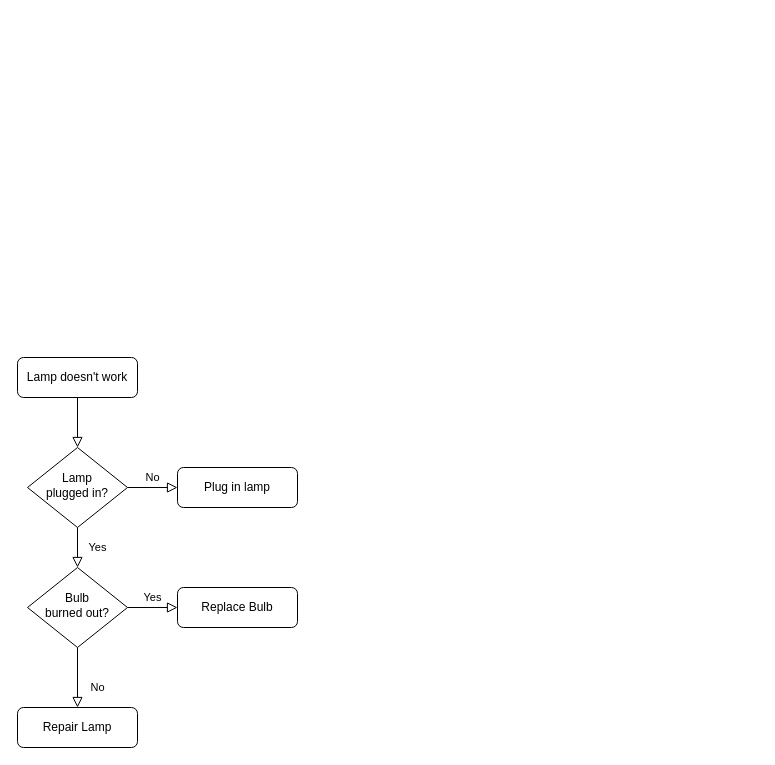
Before: exercise_8.drawio in HenryVag/draw.io, a draw.io diagram. Source tidied: cells renumbered, new cells numbered last; positions are measured from the earlier drawing's top-left corner, leaving out a move shared by most shapes. Both pictures are drawn from the tidied source at 100%, with x=0, y=0 at pixel (17, 357).
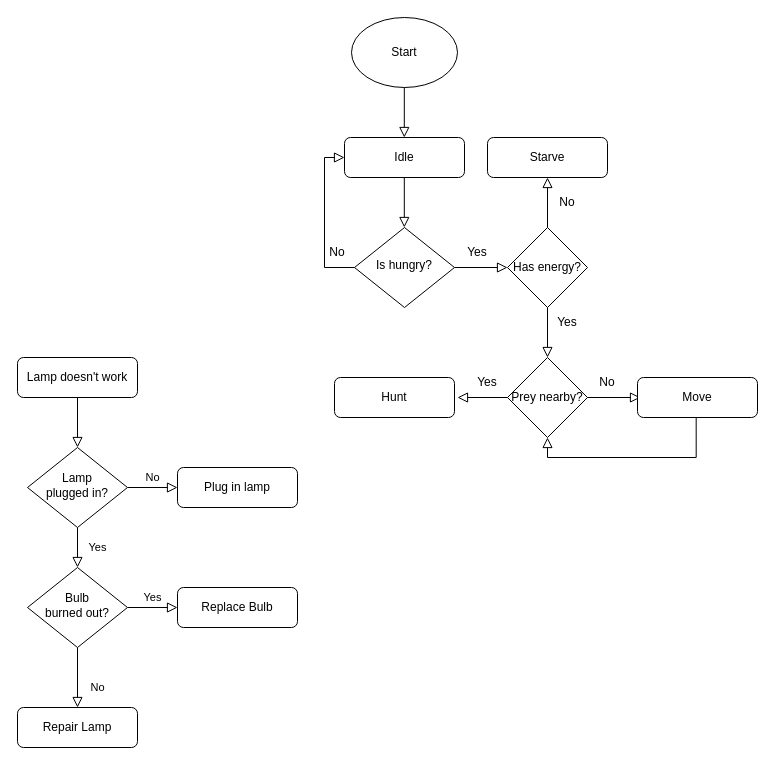
After the change.

The edit, as a diff of the source:
```diff
@@
+    <mxCell id="13" style="ellipse;whiteSpace=wrap;html=1;" parent="1" vertex="1">
+      <mxGeometry x="334" y="-340" width="106" height="70" as="geometry" />
+    </mxCell>
+    <mxCell id="14" value="Start" style="text;html=1;align=center;verticalAlign=middle;whiteSpace=wrap;rounded=0;" parent="1" vertex="1">
+      <mxGeometry x="359" y="-320" width="56" height="30" as="geometry" />
+    </mxCell>
+    <mxCell id="15" value="Idle" style="rounded=1;whiteSpace=wrap;html=1;fontSize=12;glass=0;strokeWidth=1;shadow=0;" parent="1" vertex="1">
+      <mxGeometry x="327" y="-220" width="120" height="40" as="geometry" />
+    </mxCell>
+    <mxCell id="16" value="Is hungry?" style="rhombus;whiteSpace=wrap;html=1;shadow=0;fontFamily=Helvetica;fontSize=12;align=center;strokeWidth=1;spacing=6;spacingTop=-4;" parent="1" vertex="1">
+      <mxGeometry x="337" y="-130" width="100" height="80" as="geometry" />
+    </mxCell>
+    <mxCell id="17" style="rounded=0;html=1;jettySize=auto;orthogonalLoop=1;fontSize=11;endArrow=block;endFill=0;endSize=8;strokeWidth=1;shadow=0;labelBackgroundColor=none;edgeStyle=orthogonalEdgeStyle;" parent="1" edge="1">
+      <mxGeometry relative="1" as="geometry">
+        <mxPoint x="386.8" y="-270" as="sourcePoint" />
+        <mxPoint x="386.8" y="-220" as="targetPoint" />
+      </mxGeometry>
+    </mxCell>
+    <mxCell id="18" style="rounded=0;html=1;jettySize=auto;orthogonalLoop=1;fontSize=11;endArrow=block;endFill=0;endSize=8;strokeWidth=1;shadow=0;labelBackgroundColor=none;edgeStyle=orthogonalEdgeStyle;" parent="1" edge="1">
+      <mxGeometry relative="1" as="geometry">
+        <mxPoint x="386.8" y="-180" as="sourcePoint" />
+        <mxPoint x="386.8" y="-130" as="targetPoint" />
+      </mxGeometry>
+    </mxCell>
+    <mxCell id="19" style="rounded=0;html=1;jettySize=auto;fontSize=11;endArrow=block;endFill=0;endSize=8;strokeWidth=1;shadow=0;labelBackgroundColor=none;edgeStyle=orthogonalEdgeStyle;entryX=0;entryY=0.5;entryDx=0;entryDy=0;exitX=0;exitY=0.5;exitDx=0;exitDy=0;" parent="1" edge="1" source="16" target="15">
+      <mxGeometry relative="1" as="geometry" />
+    </mxCell>
+    <mxCell id="20" value="No" style="text;html=1;align=center;verticalAlign=middle;whiteSpace=wrap;rounded=0;" parent="1" vertex="1">
+      <mxGeometry x="290" y="-120" width="60" height="30" as="geometry" />
+    </mxCell>
+    <mxCell id="21" value="Has energy?" style="rhombus;whiteSpace=wrap;html=1;" parent="1" vertex="1">
+      <mxGeometry x="490" y="-130" width="80" height="80" as="geometry" />
+    </mxCell>
+    <mxCell id="22" style="rounded=0;html=1;jettySize=auto;orthogonalLoop=1;fontSize=11;endArrow=block;endFill=0;endSize=8;strokeWidth=1;shadow=0;labelBackgroundColor=none;edgeStyle=orthogonalEdgeStyle;" parent="1" edge="1">
+      <mxGeometry relative="1" as="geometry">
+        <mxPoint x="437" y="-90" as="sourcePoint" />
+        <mxPoint x="490" y="-90" as="targetPoint" />
+        <Array as="points">
+          <mxPoint x="437" y="-90" />
+        </Array>
+      </mxGeometry>
+    </mxCell>
+    <mxCell id="23" value="Yes" style="text;html=1;align=center;verticalAlign=middle;whiteSpace=wrap;rounded=0;" parent="1" vertex="1">
+      <mxGeometry x="430" y="-120" width="60" height="30" as="geometry" />
+    </mxCell>
+    <mxCell id="24" value="Starve" style="rounded=1;whiteSpace=wrap;html=1;fontSize=12;glass=0;strokeWidth=1;shadow=0;" parent="1" vertex="1">
+      <mxGeometry x="470" y="-220" width="120" height="40" as="geometry" />
+    </mxCell>
+    <mxCell id="25" style="rounded=0;html=1;jettySize=auto;fontSize=11;endArrow=block;endFill=0;endSize=8;strokeWidth=1;shadow=0;labelBackgroundColor=none;edgeStyle=orthogonalEdgeStyle;entryX=0.5;entryY=1;entryDx=0;entryDy=0;exitX=0.5;exitY=0;exitDx=0;exitDy=0;" parent="1" edge="1" source="21" target="24">
+      <mxGeometry relative="1" as="geometry" />
+    </mxCell>
+    <mxCell id="26" value="No" style="text;html=1;align=center;verticalAlign=middle;whiteSpace=wrap;rounded=0;" parent="1" vertex="1">
+      <mxGeometry x="520" y="-170" width="60" height="30" as="geometry" />
+    </mxCell>
+    <mxCell id="27" value="Hunt" style="rounded=1;whiteSpace=wrap;html=1;fontSize=12;glass=0;strokeWidth=1;shadow=0;" parent="1" vertex="1">
+      <mxGeometry x="317" y="20" width="120" height="40" as="geometry" />
+    </mxCell>
+    <mxCell id="28" value="Prey nearby?" style="rhombus;whiteSpace=wrap;html=1;" parent="1" vertex="1">
+      <mxGeometry x="490" width="80" height="80" as="geometry" />
+    </mxCell>
+    <mxCell id="29" style="rounded=0;html=1;jettySize=auto;fontSize=11;endArrow=block;endFill=0;endSize=8;strokeWidth=1;shadow=0;labelBackgroundColor=none;edgeStyle=orthogonalEdgeStyle;entryX=0.5;entryY=0;entryDx=0;entryDy=0;" parent="1" edge="1" target="28">
+      <mxGeometry relative="1" as="geometry">
+        <mxPoint x="530" y="-50" as="sourcePoint" />
+        <Array as="points">
+          <mxPoint x="530" y="-50" />
+        </Array>
+      </mxGeometry>
+    </mxCell>
+    <mxCell id="30" style="rounded=0;html=1;jettySize=auto;fontSize=11;endArrow=block;endFill=0;endSize=8;strokeWidth=1;shadow=0;labelBackgroundColor=none;edgeStyle=orthogonalEdgeStyle;exitX=0;exitY=0.5;exitDx=0;exitDy=0;" parent="1" edge="1" source="28">
+      <mxGeometry relative="1" as="geometry">
+        <mxPoint x="440" y="40" as="targetPoint" />
+      </mxGeometry>
+    </mxCell>
+    <mxCell id="31" value="Yes" style="text;html=1;align=center;verticalAlign=middle;whiteSpace=wrap;rounded=0;" parent="1" vertex="1">
+      <mxGeometry x="440" y="10" width="60" height="30" as="geometry" />
+    </mxCell>
+    <mxCell id="32" style="rounded=0;html=1;jettySize=auto;orthogonalLoop=1;fontSize=11;endArrow=block;endFill=0;endSize=8;strokeWidth=1;shadow=0;labelBackgroundColor=none;edgeStyle=orthogonalEdgeStyle;" parent="1" edge="1">
+      <mxGeometry relative="1" as="geometry">
+        <mxPoint x="570" y="40" as="sourcePoint" />
+        <mxPoint x="623" y="40" as="targetPoint" />
+        <Array as="points">
+          <mxPoint x="570" y="40" />
+        </Array>
+      </mxGeometry>
+    </mxCell>
+    <mxCell id="33" value="No" style="text;html=1;align=center;verticalAlign=middle;whiteSpace=wrap;rounded=0;" parent="1" vertex="1">
+      <mxGeometry x="560" y="10" width="60" height="30" as="geometry" />
+    </mxCell>
+    <mxCell id="34" value="Move" style="rounded=1;whiteSpace=wrap;html=1;fontSize=12;glass=0;strokeWidth=1;shadow=0;" parent="1" vertex="1">
+      <mxGeometry x="620" y="20" width="120" height="40" as="geometry" />
+    </mxCell>
+    <mxCell id="35" style="rounded=0;html=1;jettySize=auto;fontSize=11;endArrow=block;endFill=0;endSize=8;strokeWidth=1;shadow=0;labelBackgroundColor=none;edgeStyle=orthogonalEdgeStyle;entryX=0.5;entryY=1;entryDx=0;entryDy=0;exitX=0.489;exitY=1.006;exitDx=0;exitDy=0;exitPerimeter=0;" parent="1" edge="1" source="34" target="28">
+      <mxGeometry relative="1" as="geometry">
+        <Array as="points">
+          <mxPoint x="679" y="100" />
+          <mxPoint x="530" y="100" />
+        </Array>
+      </mxGeometry>
+    </mxCell>
+    <mxCell id="36" value="Yes" style="text;html=1;align=center;verticalAlign=middle;whiteSpace=wrap;rounded=0;" parent="1" vertex="1">
+      <mxGeometry x="520" y="-50" width="60" height="30" as="geometry" />
+    </mxCell>
```
